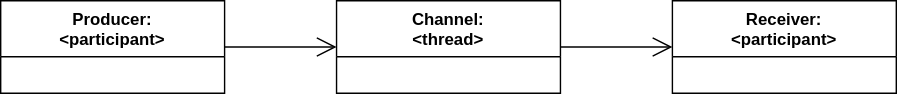
Above: doc/notification_channel.svg in vitalii-samoilenko/ai-chat-bot (draw.io), before the change. Source tidied: cells renumbered, new cells last; positions are measured from the earlier drawing's top-left corner, leaving out a move shared by most shapes.
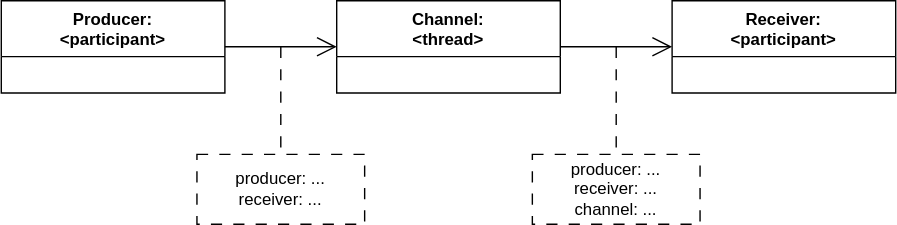
The same diagram one commit later.

The edit, as a diff of the source:
```diff
@@ -17,5 +17,21 @@
     <mxCell id="6" style="endArrow=open;endFill=1;endSize=12;html=1;rounded=0;" parent="1" edge="1" source="3" target="5">
       <mxGeometry relative="1" as="geometry" />
     </mxCell>
+    <mxCell id="7" value="producer: ...&lt;div&gt;receiver: ...&lt;/div&gt;" style="html=1;whiteSpace=wrap;fillColor=none;dashed=1;dashPattern=8 8;labelPosition=center;verticalLabelPosition=middle;align=center;verticalAlign=middle;" parent="1" vertex="1">
+      <mxGeometry x="140" y="110" width="120" height="50" as="geometry" />
+    </mxCell>
+    <mxCell id="8" value="producer: ...&lt;div&gt;receiver: ...&lt;/div&gt;&lt;div&gt;channel: ...&lt;/div&gt;" style="html=1;whiteSpace=wrap;fillColor=none;dashed=1;dashPattern=8 8;labelPosition=center;verticalLabelPosition=middle;align=center;verticalAlign=middle;" parent="1" vertex="1">
+      <mxGeometry x="380" y="110" width="120" height="50" as="geometry" />
+    </mxCell>
+    <mxCell id="9" style="endArrow=none;dashed=1;endFill=0;endSize=12;html=1;rounded=0;startFill=0;dashPattern=8 8;" parent="1" edge="1" target="7">
+      <mxGeometry relative="1" as="geometry">
+        <mxPoint x="200" y="33" as="sourcePoint" />
+      </mxGeometry>
+    </mxCell>
+    <mxCell id="10" style="endArrow=none;dashed=1;endFill=0;endSize=12;html=1;rounded=0;startFill=0;dashPattern=8 8;" parent="1" edge="1" target="8">
+      <mxGeometry relative="1" as="geometry">
+        <mxPoint x="440" y="33" as="sourcePoint" />
+      </mxGeometry>
+    </mxCell>
   </root>
 </mxGraphModel>
```
